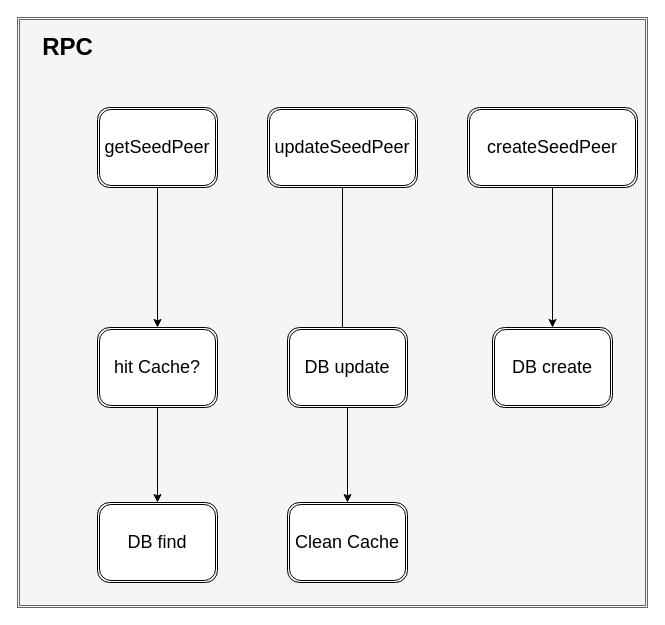
The draw.io diagram managerRPCseedpeer.drawio in 1037husterljx/img, before the edit. Source tidied: cells renumbered, new cells numbered last; positions are measured from the earlier drawing's top-left corner, leaving out a move shared by most shapes. Both pictures are drawn from the tidied source at 100%, with x=0, y=0 at pixel (17, 17).
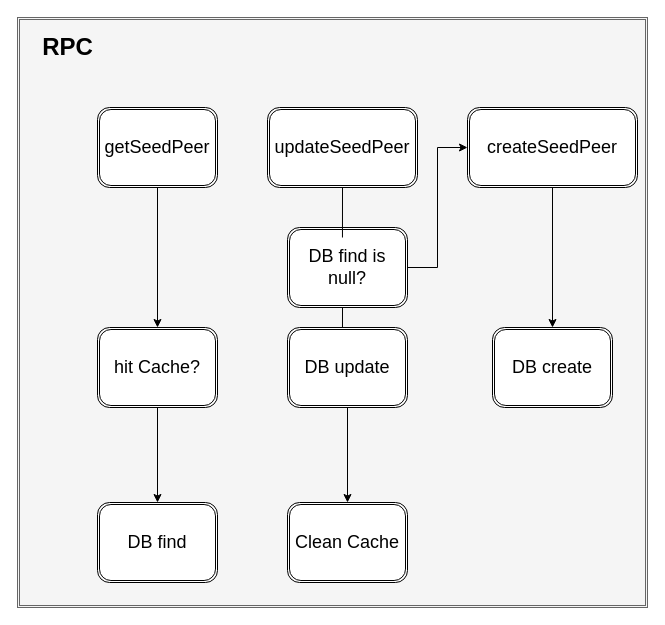
The same page after the edit.

What changed in the source:
```diff
@@
 <mxGraphModel>
   <root>
     <mxCell id="0" />
     <mxCell id="1" parent="0" />
     <mxCell id="2" style="shape=ext;double=1;rounded=0;whiteSpace=wrap;html=1;fillColor=#f5f5f5;fontColor=#333333;strokeColor=#666666;" parent="1" vertex="1">
       <mxGeometry width="630" height="590" as="geometry" />
     </mxCell>
     <mxCell id="3" value="RPC" style="text;strokeColor=none;fillColor=none;html=1;fontSize=24;fontStyle=1;verticalAlign=middle;align=center;" parent="1" vertex="1">
       <mxGeometry y="10" width="100" height="40" as="geometry" />
     </mxCell>
     <mxCell id="4" style="edgeStyle=orthogonalEdgeStyle;rounded=0;jettySize=auto;html=1;exitX=0.5;exitY=1;exitDx=0;exitDy=0;fontSize=18;" parent="1" edge="1" source="5" target="12">
       <mxGeometry relative="1" as="geometry" />
     </mxCell>
     <mxCell id="5" value="&lt;font style=&quot;font-size: 18px;&quot;&gt;getSeedPeer&lt;/font&gt;" style="shape=ext;double=1;rounded=1;whiteSpace=wrap;html=1;" parent="1" vertex="1">
       <mxGeometry x="80" y="90" width="120" height="80" as="geometry" />
     </mxCell>
-    <mxCell id="6" style="edgeStyle=orthogonalEdgeStyle;rounded=0;jettySize=auto;html=1;exitX=0.5;exitY=1;exitDx=0;exitDy=0;entryX=0.458;entryY=0.125;entryDx=0;entryDy=0;entryPerimeter=0;fontSize=18;" parent="1" edge="1" source="7" target="14">
+    <mxCell id="6" style="edgeStyle=orthogonalEdgeStyle;rounded=0;jettySize=auto;html=1;exitX=0.5;exitY=1;exitDx=0;exitDy=0;entryX=0.458;entryY=0.125;entryDx=0;entryDy=0;entryPerimeter=0;fontSize=18;startArrow=none;" parent="1" edge="1" source="18" target="14">
       <mxGeometry relative="1" as="geometry" />
     </mxCell>
     <mxCell id="7" value="updateSeedPeer" style="shape=ext;double=1;rounded=1;whiteSpace=wrap;html=1;fontSize=18;" parent="1" vertex="1">
       <mxGeometry x="250" y="90" width="150" height="80" as="geometry" />
     </mxCell>
     <mxCell id="8" style="edgeStyle=orthogonalEdgeStyle;rounded=0;jettySize=auto;html=1;exitX=0.5;exitY=1;exitDx=0;exitDy=0;entryX=0.5;entryY=0;entryDx=0;entryDy=0;fontSize=18;" parent="1" edge="1" source="9" target="16">
       <mxGeometry relative="1" as="geometry" />
     </mxCell>
     <mxCell id="9" value="createSeedPeer" style="shape=ext;double=1;rounded=1;whiteSpace=wrap;html=1;fontSize=18;" parent="1" vertex="1">
       <mxGeometry x="450" y="90" width="170" height="80" as="geometry" />
     </mxCell>
     <mxCell id="10" style="endArrow=classic;html=1;rounded=0;fontSize=18;exitX=0.5;exitY=1;exitDx=0;exitDy=0;" parent="1" edge="1" source="12" target="11">
       <mxGeometry relative="1" as="geometry" />
     </mxCell>
     <mxCell id="11" value="DB find" style="shape=ext;double=1;rounded=1;whiteSpace=wrap;html=1;fontSize=18;" parent="1" vertex="1">
       <mxGeometry x="80" y="485" width="120" height="80" as="geometry" />
     </mxCell>
     <mxCell id="12" value="hit Cache?" style="shape=ext;double=1;rounded=1;whiteSpace=wrap;html=1;fontSize=18;" parent="1" vertex="1">
       <mxGeometry x="80" y="310" width="120" height="80" as="geometry" />
     </mxCell>
     <mxCell id="13" style="edgeStyle=orthogonalEdgeStyle;rounded=0;jettySize=auto;html=1;exitX=0.5;exitY=1;exitDx=0;exitDy=0;fontSize=18;" parent="1" edge="1" source="14" target="15">
       <mxGeometry relative="1" as="geometry" />
     </mxCell>
     <mxCell id="14" value="DB update" style="shape=ext;double=1;rounded=1;whiteSpace=wrap;html=1;fontSize=18;" parent="1" vertex="1">
       <mxGeometry x="270" y="310" width="120" height="80" as="geometry" />
     </mxCell>
     <mxCell id="15" value="Clean Cache" style="shape=ext;double=1;rounded=1;whiteSpace=wrap;html=1;fontSize=18;" parent="1" vertex="1">
       <mxGeometry x="270" y="485" width="120" height="80" as="geometry" />
     </mxCell>
     <mxCell id="16" value="DB create" style="shape=ext;double=1;rounded=1;whiteSpace=wrap;html=1;fontSize=18;" parent="1" vertex="1">
       <mxGeometry x="475" y="310" width="120" height="80" as="geometry" />
     </mxCell>
+    <mxCell id="17" style="edgeStyle=orthogonalEdgeStyle;rounded=0;jettySize=auto;html=1;exitX=1;exitY=0.5;exitDx=0;exitDy=0;entryX=0;entryY=0.5;entryDx=0;entryDy=0;fontSize=18;" parent="1" edge="1" source="18" target="9">
+      <mxGeometry relative="1" as="geometry" />
+    </mxCell>
+    <mxCell id="18" value="DB find is null?" style="shape=ext;double=1;rounded=1;whiteSpace=wrap;html=1;fontSize=18;" parent="1" vertex="1">
+      <mxGeometry x="270" y="210" width="120" height="80" as="geometry" />
+    </mxCell>
+    <mxCell id="19" style="edgeStyle=orthogonalEdgeStyle;rounded=0;jettySize=auto;html=1;exitX=0.5;exitY=1;exitDx=0;exitDy=0;entryX=0.458;entryY=0.125;entryDx=0;entryDy=0;entryPerimeter=0;fontSize=18;endArrow=none;" parent="1" edge="1" source="7" target="18">
+      <mxGeometry relative="1" as="geometry" />
+    </mxCell>
   </root>
 </mxGraphModel>
```
